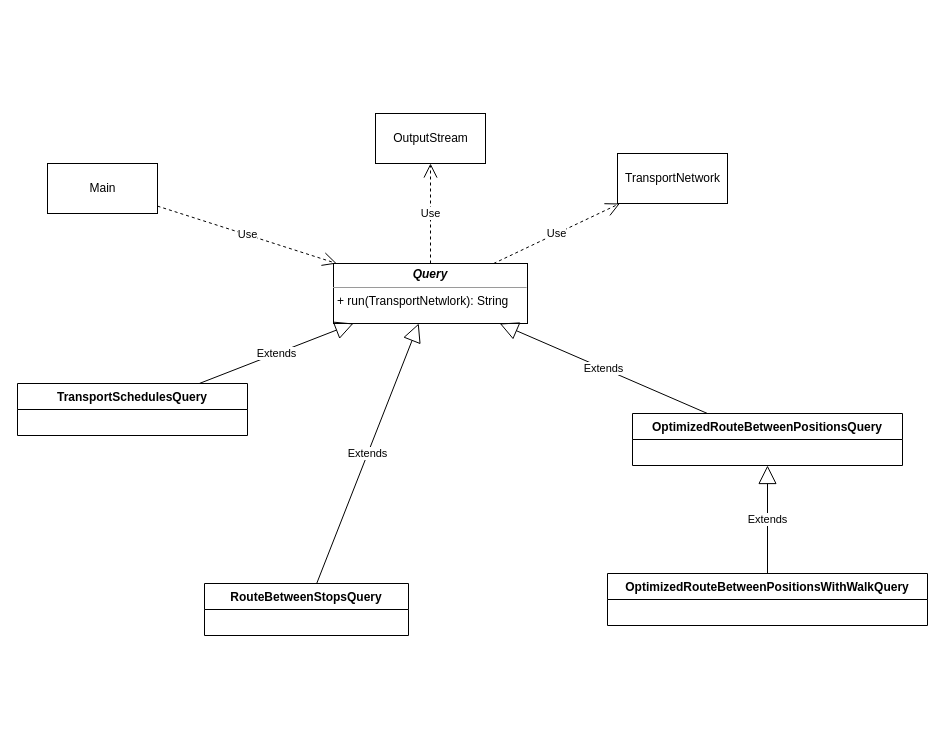
Before: specification/diagrams/query.drawio in SkyNalix/MoriaMap, a draw.io diagram. Source tidied: cells renumbered, new cells numbered last; positions are measured from the earlier drawing's top-left corner, leaving out a move shared by most shapes. Both pictures are drawn from the tidied source at 100%, with x=0, y=0 at pixel (17, 113).
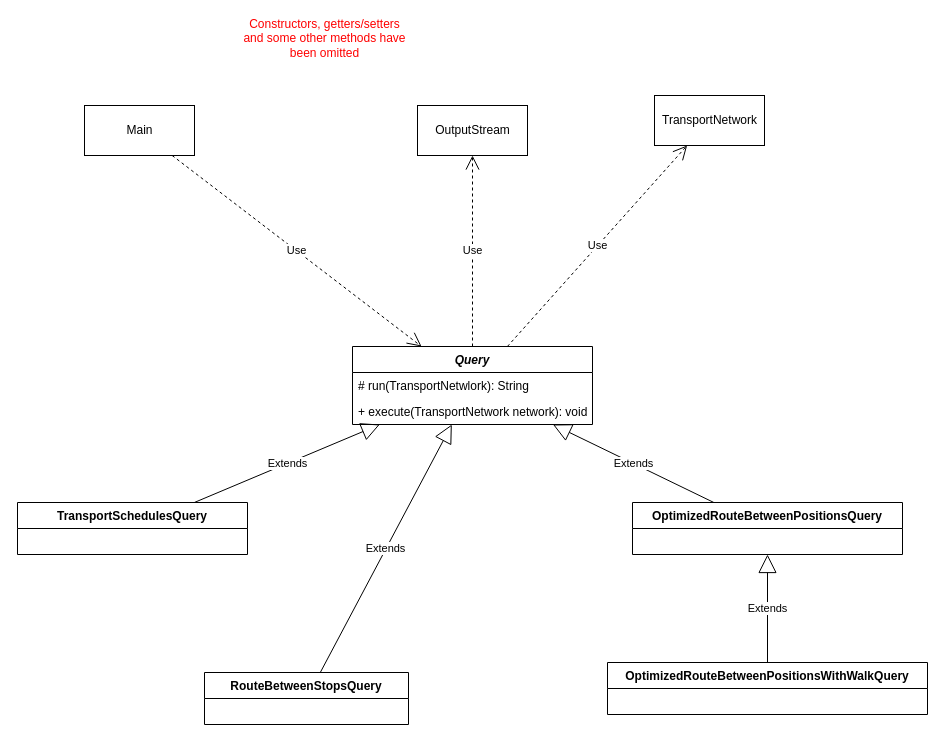
The same page after the edit.

What changed in the source:
```diff
@@
 <mxGraphModel>
   <root>
     <mxCell id="0" />
     <mxCell id="1" parent="0" />
     <mxCell id="2" value="TransportSchedulesQuery" style="swimlane;fontStyle=1;align=center;verticalAlign=top;horizontal=1;startSize=26;" parent="1" vertex="1">
-      <mxGeometry y="270" width="230" height="52" as="geometry" />
+      <mxGeometry y="389" width="230" height="52" as="geometry" />
     </mxCell>
     <mxCell id="3" value="RouteBetweenStopsQuery" style="swimlane;fontStyle=1;align=center;verticalAlign=top;horizontal=1;startSize=26;" parent="1" vertex="1">
-      <mxGeometry x="187" y="470" width="204" height="52" as="geometry" />
+      <mxGeometry x="187" y="559" width="204" height="52" as="geometry" />
     </mxCell>
     <mxCell id="4" value="OptimizedRouteBetweenPositionsQuery" style="swimlane;fontStyle=1;align=center;verticalAlign=top;horizontal=1;startSize=26;" parent="1" vertex="1">
-      <mxGeometry x="615" y="300" width="270" height="52" as="geometry" />
+      <mxGeometry x="615" y="389" width="270" height="52" as="geometry" />
     </mxCell>
     <mxCell id="5" value="OptimizedRouteBetweenPositionsWithWalkQuery" style="swimlane;fontStyle=1;align=center;verticalAlign=top;horizontal=1;startSize=26;" parent="1" vertex="1">
-      <mxGeometry x="590" y="460" width="320" height="52" as="geometry" />
+      <mxGeometry x="590" y="549" width="320" height="52" as="geometry" />
     </mxCell>
-    <mxCell id="6" value="Use" style="endArrow=open;endSize=12;dashed=1;html=1;rounded=0;" parent="1" edge="1" source="8" target="7">
+    <mxCell id="6" value="Use" style="endArrow=open;endSize=12;dashed=1;html=1;rounded=0;" parent="1" edge="1" source="17" target="7">
       <mxGeometry relative="1" as="geometry" />
     </mxCell>
     <mxCell id="7" value="TransportNetwork" style="html=1;" parent="1" vertex="1">
-      <mxGeometry x="600" y="40" width="110" height="50" as="geometry" />
+      <mxGeometry x="637" y="-18" width="110" height="50" as="geometry" />
     </mxCell>
-    <mxCell id="8" value="&lt;p style=&quot;margin:0px;margin-top:4px;text-align:center;&quot;&gt;&lt;i style=&quot;&quot;&gt;&lt;b&gt;Query&lt;/b&gt;&lt;/i&gt;&lt;/p&gt;&lt;hr size=&quot;1&quot;&gt;&lt;p style=&quot;margin:0px;margin-left:4px;&quot;&gt;+ run(TransportNetwlork): String&lt;/p&gt;" style="verticalAlign=top;align=left;overflow=fill;fontSize=12;fontFamily=Helvetica;html=1;" parent="1" vertex="1">
-      <mxGeometry x="316" y="150" width="194" height="60" as="geometry" />
-    </mxCell>
     <mxCell id="9" value="Extends" style="endArrow=block;endSize=16;endFill=0;html=1;rounded=0;" parent="1" edge="1" source="5" target="4">
       <mxGeometry relative="1" as="geometry" />
     </mxCell>
-    <mxCell id="10" value="Extends" style="endArrow=block;endSize=16;endFill=0;html=1;rounded=0;" parent="1" edge="1" source="4" target="8">
+    <mxCell id="10" value="Extends" style="endArrow=block;endSize=16;endFill=0;html=1;rounded=0;" parent="1" edge="1" source="4" target="17">
       <mxGeometry relative="1" as="geometry" />
     </mxCell>
-    <mxCell id="11" value="Extends" style="endArrow=block;endSize=16;endFill=0;html=1;rounded=0;" parent="1" edge="1" source="3" target="8">
+    <mxCell id="11" value="Extends" style="endArrow=block;endSize=16;endFill=0;html=1;rounded=0;" parent="1" edge="1" source="3" target="17">
       <mxGeometry relative="1" as="geometry" />
     </mxCell>
-    <mxCell id="12" value="Extends" style="endArrow=block;endSize=16;endFill=0;html=1;rounded=0;" parent="1" edge="1" source="2" target="8">
+    <mxCell id="12" value="Extends" style="endArrow=block;endSize=16;endFill=0;html=1;rounded=0;" parent="1" edge="1" source="2" target="17">
       <mxGeometry relative="1" as="geometry" />
     </mxCell>
     <mxCell id="13" value="Main" style="html=1;" parent="1" vertex="1">
-      <mxGeometry x="30" y="50" width="110" height="50" as="geometry" />
+      <mxGeometry x="67" y="-8" width="110" height="50" as="geometry" />
     </mxCell>
-    <mxCell id="14" value="Use" style="endArrow=open;endSize=12;dashed=1;html=1;rounded=0;" parent="1" edge="1" source="13" target="8">
+    <mxCell id="14" value="Use" style="endArrow=open;endSize=12;dashed=1;html=1;rounded=0;" parent="1" edge="1" source="13" target="17">
       <mxGeometry relative="1" as="geometry" />
     </mxCell>
     <mxCell id="15" value="OutputStream" style="html=1;" parent="1" vertex="1">
-      <mxGeometry x="358" width="110" height="50" as="geometry" />
+      <mxGeometry x="400" y="-8" width="110" height="50" as="geometry" />
     </mxCell>
-    <mxCell id="16" value="Use" style="endArrow=open;endSize=12;dashed=1;html=1;rounded=0;" parent="1" edge="1" source="8" target="15">
+    <mxCell id="16" value="Use" style="endArrow=open;endSize=12;dashed=1;html=1;rounded=0;" parent="1" edge="1" source="17" target="15">
       <mxGeometry relative="1" as="geometry" />
     </mxCell>
+    <mxCell id="17" value="Query" style="swimlane;fontStyle=3;align=center;verticalAlign=top;horizontal=1;startSize=26;" parent="1" vertex="1">
+      <mxGeometry x="335" y="233" width="240" height="78" as="geometry" />
+    </mxCell>
+    <mxCell id="18" value="# run(TransportNetwlork): String" style="text;strokeColor=none;fillColor=none;align=left;verticalAlign=top;spacingLeft=4;spacingRight=4;overflow=hidden;" parent="17" vertex="1">
+      <mxGeometry y="26" width="240" height="26" as="geometry" />
+    </mxCell>
+    <mxCell id="19" value="+ execute(TransportNetwork network): void" style="text;strokeColor=none;fillColor=none;align=left;verticalAlign=top;spacingLeft=4;spacingRight=4;overflow=hidden;" parent="17" vertex="1">
+      <mxGeometry y="52" width="240" height="26" as="geometry" />
+    </mxCell>
+    <mxCell id="20" value="Constructors, getters/setters and some other methods have been omitted" style="text;html=1;align=center;verticalAlign=middle;whiteSpace=wrap;rounded=0;fontColor=#FF0000;" parent="1" vertex="1">
+      <mxGeometry x="223.7" y="-90" width="167.3" height="30" as="geometry" />
+    </mxCell>
   </root>
 </mxGraphModel>
```
